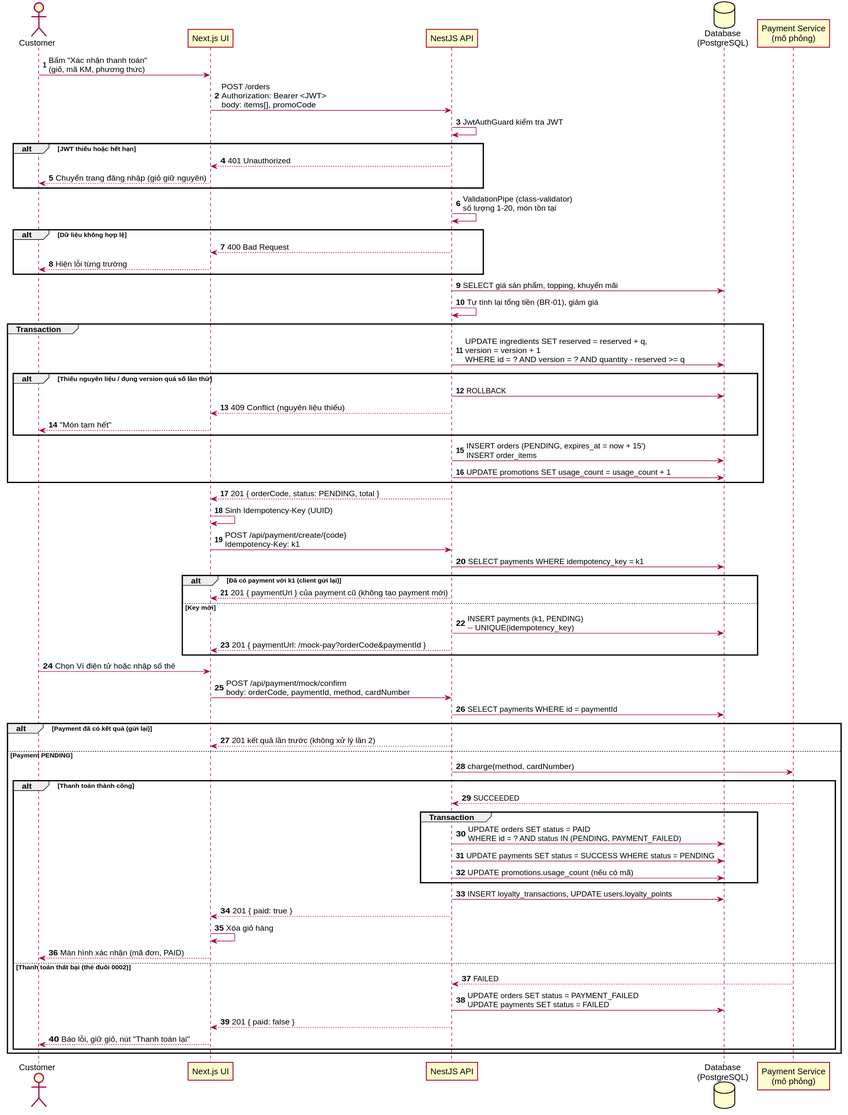
Earlier version of the PlantUML export docs/diagrams/sequence-checkout.svg (dinh-hung-116/BrewLite-Assignment2).
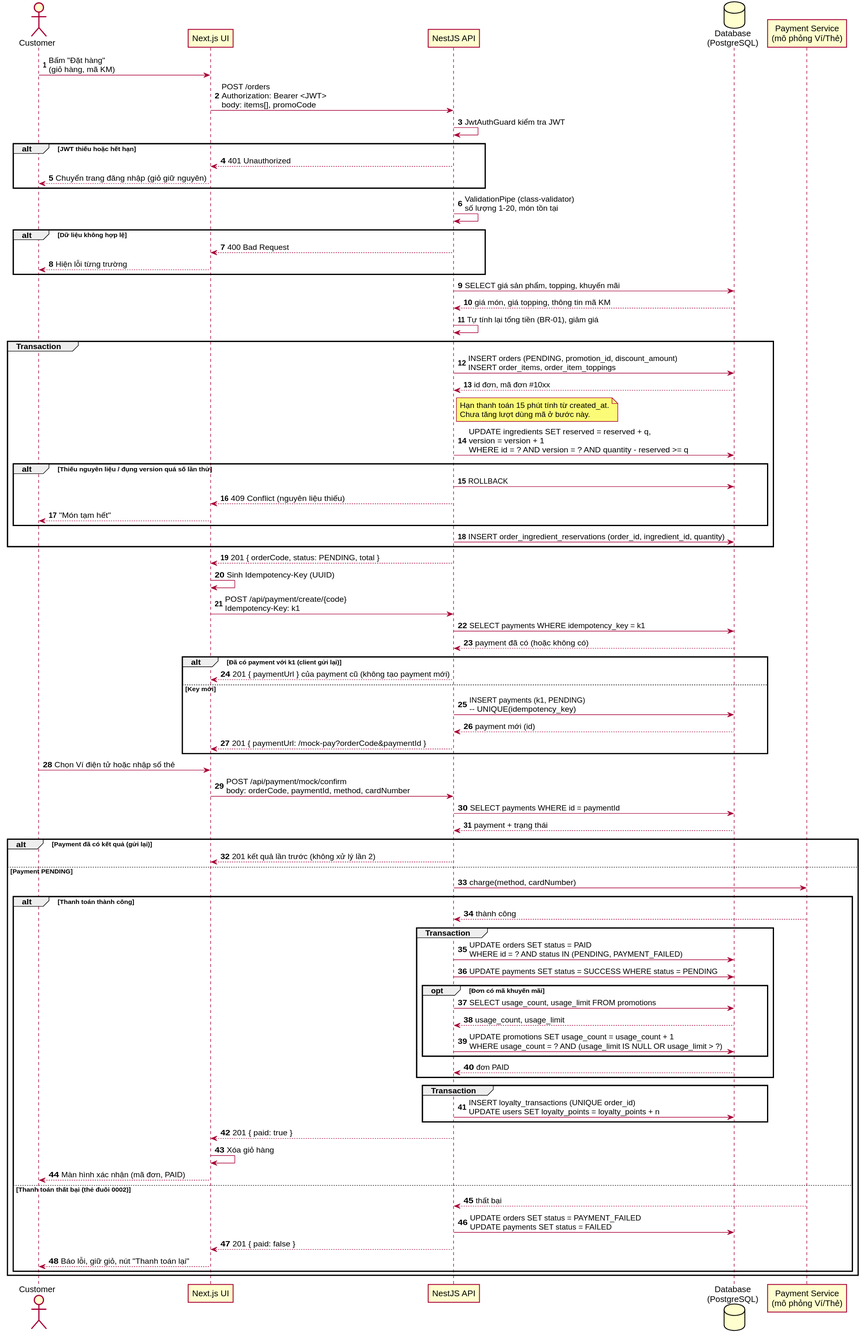
Later version of the same file.

Commit message:
docs(diagrams): sửa activity, sequence, class theo code và schema thật

Diff of the diagram source:
```diff
@@ -5,9 +5,9 @@
 participant "Next.js UI" as UI
 participant "NestJS API" as API
 database "Database\n(PostgreSQL)" as DB
-participant "Payment Service\n(mô phỏng)" as PAY
+participant "Payment Service\n(mô phỏng Ví/Thẻ)" as PAY
 
-Customer -> UI : Bấm "Xác nhận thanh toán"\n(giỏ, mã KM, phương thức)
+Customer -> UI : Bấm "Đặt hàng"\n(giỏ hàng, mã KM)
 UI -> API : POST /orders\nAuthorization: Bearer <JWT>\nbody: items[], promoCode
 API -> API : JwtAuthGuard kiểm tra JWT
 alt JWT thiếu hoặc hết hạn
@@ -20,48 +20,61 @@
   UI --> Customer : Hiện lỗi từng trường
 end
 API -> DB : SELECT giá sản phẩm, topping, khuyến mãi
+DB --> API : giá món, giá topping, thông tin mã KM
 API -> API : Tự tính lại tổng tiền (BR-01), giảm giá
 group Transaction
+  API -> DB : INSERT orders (PENDING, promotion_id, discount_amount)\nINSERT order_items, order_item_toppings
+  DB --> API : id đơn, mã đơn #10xx
+  note right of API : Hạn thanh toán 15 phút tính từ created_at.\nChưa tăng lượt dùng mã ở bước này.
   API -> DB : UPDATE ingredients SET reserved = reserved + q,\nversion = version + 1\nWHERE id = ? AND version = ? AND quantity - reserved >= q
   alt Thiếu nguyên liệu / đụng version quá số lần thử
     API -> DB : ROLLBACK
     API --> UI : 409 Conflict (nguyên liệu thiếu)
     UI --> Customer : "Món tạm hết"
   end
-  API -> DB : INSERT orders (PENDING, expires_at = now + 15')\nINSERT order_items
-  API -> DB : UPDATE promotions SET usage_count = usage_count + 1
+  API -> DB : INSERT order_ingredient_reservations (order_id, ingredient_id, quantity)
 end
 API --> UI : 201 { orderCode, status: PENDING, total }
 
 UI -> UI : Sinh Idempotency-Key (UUID)
 UI -> API : POST /api/payment/create/{code}\nIdempotency-Key: k1
 API -> DB : SELECT payments WHERE idempotency_key = k1
+DB --> API : payment đã có (hoặc không có)
 alt Đã có payment với k1 (client gửi lại)
   API --> UI : 201 { paymentUrl } của payment cũ (không tạo payment mới)
 else Key mới
   API -> DB : INSERT payments (k1, PENDING)\n-- UNIQUE(idempotency_key)
+  DB --> API : payment mới (id)
   API --> UI : 201 { paymentUrl: /mock-pay?orderCode&paymentId }
 end
 Customer -> UI : Chọn Ví điện tử hoặc nhập số thẻ
 UI -> API : POST /api/payment/mock/confirm\nbody: orderCode, paymentId, method, cardNumber
 API -> DB : SELECT payments WHERE id = paymentId
+DB --> API : payment + trạng thái
 alt Payment đã có kết quả (gửi lại)
   API --> UI : 201 kết quả lần trước (không xử lý lần 2)
 else Payment PENDING
   API -> PAY : charge(method, cardNumber)
   alt Thanh toán thành công
-    PAY --> API : SUCCEEDED
+    PAY --> API : thành công
     group Transaction
       API -> DB : UPDATE orders SET status = PAID\nWHERE id = ? AND status IN (PENDING, PAYMENT_FAILED)
       API -> DB : UPDATE payments SET status = SUCCESS WHERE status = PENDING
-      API -> DB : UPDATE promotions.usage_count (nếu có mã)
+      opt Đơn có mã khuyến mãi
+        API -> DB : SELECT usage_count, usage_limit FROM promotions
+        DB --> API : usage_count, usage_limit
+        API -> DB : UPDATE promotions SET usage_count = usage_count + 1\nWHERE usage_count = ? AND (usage_limit IS NULL OR usage_limit > ?)
+      end
+      DB --> API : đơn PAID
     end
-    API -> DB : INSERT loyalty_transactions, UPDATE users.loyalty_points
+    group Transaction
+      API -> DB : INSERT loyalty_transactions (UNIQUE order_id)\nUPDATE users SET loyalty_points = loyalty_points + n
+    end
     API --> UI : 201 { paid: true }
     UI -> UI : Xóa giỏ hàng
     UI --> Customer : Màn hình xác nhận (mã đơn, PAID)
   else Thanh toán thất bại (thẻ đuôi 0002)
-    PAY --> API : FAILED
+    PAY --> API : thất bại
     API -> DB : UPDATE orders SET status = PAYMENT_FAILED\nUPDATE payments SET status = FAILED
     API --> UI : 201 { paid: false }
     UI --> Customer : Báo lỗi, giữ giỏ, nút "Thanh toán lại"
```
